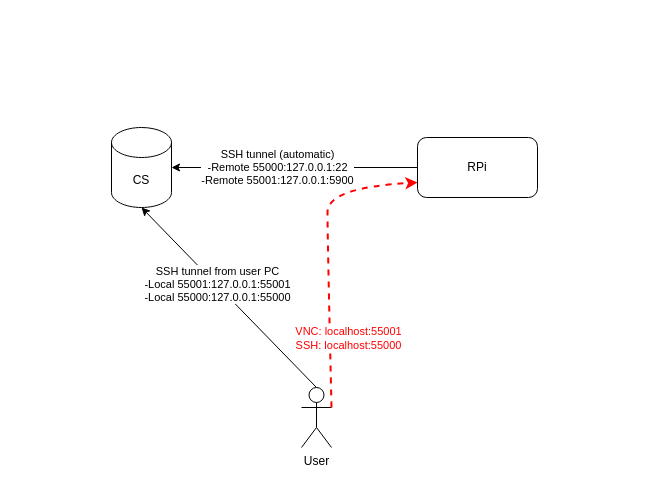
maniac0r/audio keeps this draw.io diagram as CS.drawio. Above is the earlier version. Source tidied: cells renumbered, new cells numbered last; positions are measured from the earlier drawing's top-left corner, leaving out a move shared by most shapes. Both pictures are drawn from the tidied source at 100%, with x=0, y=0 at pixel (111, 127).
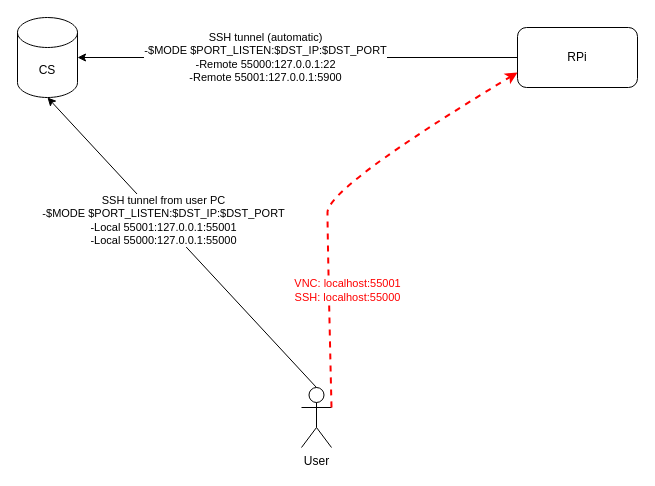
The same diagram, later.

What changed in the source:
```diff
@@
 <mxGraphModel>
   <root>
     <mxCell id="0" />
     <mxCell id="1" parent="0" />
     <mxCell id="2" value="User" style="shape=umlActor;verticalLabelPosition=bottom;verticalAlign=top;html=1;" parent="1" vertex="1">
       <mxGeometry x="190" y="260" width="30" height="60" as="geometry" />
     </mxCell>
     <mxCell id="3" value="CS" style="shape=cylinder3;whiteSpace=wrap;html=1;boundedLbl=1;backgroundOutline=1;size=15;" parent="1" vertex="1">
-      <mxGeometry width="60" height="80" as="geometry" />
+      <mxGeometry x="-94" y="-110" width="60" height="80" as="geometry" />
     </mxCell>
     <mxCell id="4" value="RPi" style="rounded=1;whiteSpace=wrap;html=1;" parent="1" vertex="1">
-      <mxGeometry x="306" y="10" width="120" height="60" as="geometry" />
+      <mxGeometry x="406" y="-100" width="120" height="60" as="geometry" />
     </mxCell>
     <mxCell id="5" style="endArrow=classic;html=1;entryX=1;entryY=0.5;entryDx=0;entryDy=0;entryPerimeter=0;exitX=0;exitY=0.5;exitDx=0;exitDy=0;" parent="1" edge="1" source="4" target="3">
       <mxGeometry relative="1" as="geometry" />
     </mxCell>
-    <mxCell id="6" value="SSH tunnel (automatic)&lt;br&gt;-Remote 55000:127.0.0.1:22&lt;br&gt;-Remote 55001:127.0.0.1:5900" style="edgeLabel;html=1;align=center;verticalAlign=middle;" parent="5" vertex="1">
+    <mxCell id="6" value="SSH tunnel (automatic)&lt;br&gt;-$MODE $PORT_LISTEN:$DST_IP:$DST_PORT&lt;br&gt;-Remote 55000:127.0.0.1:22&lt;br&gt;-Remote 55001:127.0.0.1:5900" style="edgeLabel;html=1;align=center;verticalAlign=middle;" parent="5" vertex="1">
       <mxGeometry x="0.15" y="-1" relative="1" as="geometry" />
     </mxCell>
     <mxCell id="7" style="endArrow=classic;html=1;entryX=0.5;entryY=1;entryDx=0;entryDy=0;entryPerimeter=0;exitX=0.5;exitY=0;exitDx=0;exitDy=0;exitPerimeter=0;" parent="1" edge="1" source="2" target="3">
       <mxGeometry relative="1" as="geometry" />
     </mxCell>
-    <mxCell id="8" value="SSH tunnel from user PC&lt;br&gt;-Local 55001:127.0.0.1:55001&lt;br&gt;-Local 55000:127.0.0.1:55000" style="edgeLabel;html=1;align=center;verticalAlign=middle;" parent="7" vertex="1">
+    <mxCell id="8" value="SSH tunnel from user PC&lt;br&gt;-$MODE $PORT_LISTEN:$DST_IP:$DST_PORT&lt;br&gt;-Local 55001:127.0.0.1:55001&lt;br&gt;-Local 55000:127.0.0.1:55000" style="edgeLabel;html=1;align=center;verticalAlign=middle;" parent="7" vertex="1">
       <mxGeometry x="0.15" y="-1" relative="1" as="geometry" />
     </mxCell>
     <mxCell id="9" style="curved=1;endArrow=classic;html=1;exitX=1;exitY=0.3333333333333333;exitDx=0;exitDy=0;exitPerimeter=0;entryX=0;entryY=0.75;entryDx=0;entryDy=0;dashed=1;strokeWidth=2;fillColor=#f8cecc;strokeColor=#FF0000;" parent="1" edge="1" source="2" target="4">
       <mxGeometry relative="1" as="geometry">
         <Array as="points">
           <mxPoint x="216" y="110" />
           <mxPoint x="216" y="60" />
         </Array>
       </mxGeometry>
     </mxCell>
     <mxCell id="10" value="&lt;font color=&quot;#ff0000&quot;&gt;VNC: localhost:55001&lt;br&gt;SSH: localhost:55000&lt;/font&gt;" style="edgeLabel;html=1;align=center;verticalAlign=middle;" parent="9" vertex="1">
       <mxGeometry x="-0.27" y="-2" relative="1" as="geometry">
         <mxPoint x="17" y="44" as="offset" />
       </mxGeometry>
     </mxCell>
   </root>
 </mxGraphModel>
```
